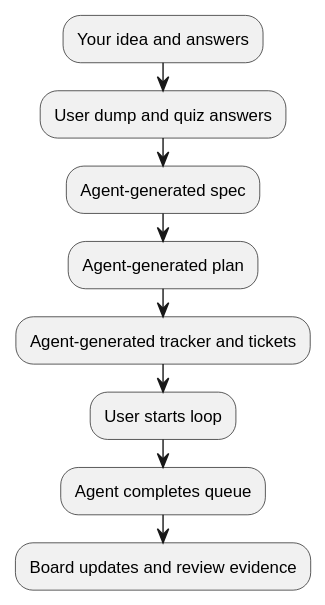
This is docs/assets/img/home/chrysocoord-workflow.svg from adrianpk/chr, a PlantUML export, as it was before one commit.
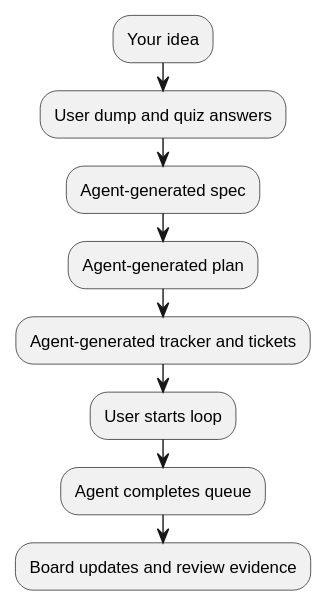
After the change.

Commit message:
docs(readme): simplify workflow diagram start

Diff of the diagram source:
```diff
@@ -2,7 +2,7 @@
 skinparam monochrome true
 skinparam shadowing false
 
-:Your idea and answers;
+:Your idea;
 :User dump and quiz answers;
 :Agent-generated spec;
 :Agent-generated plan;
```
